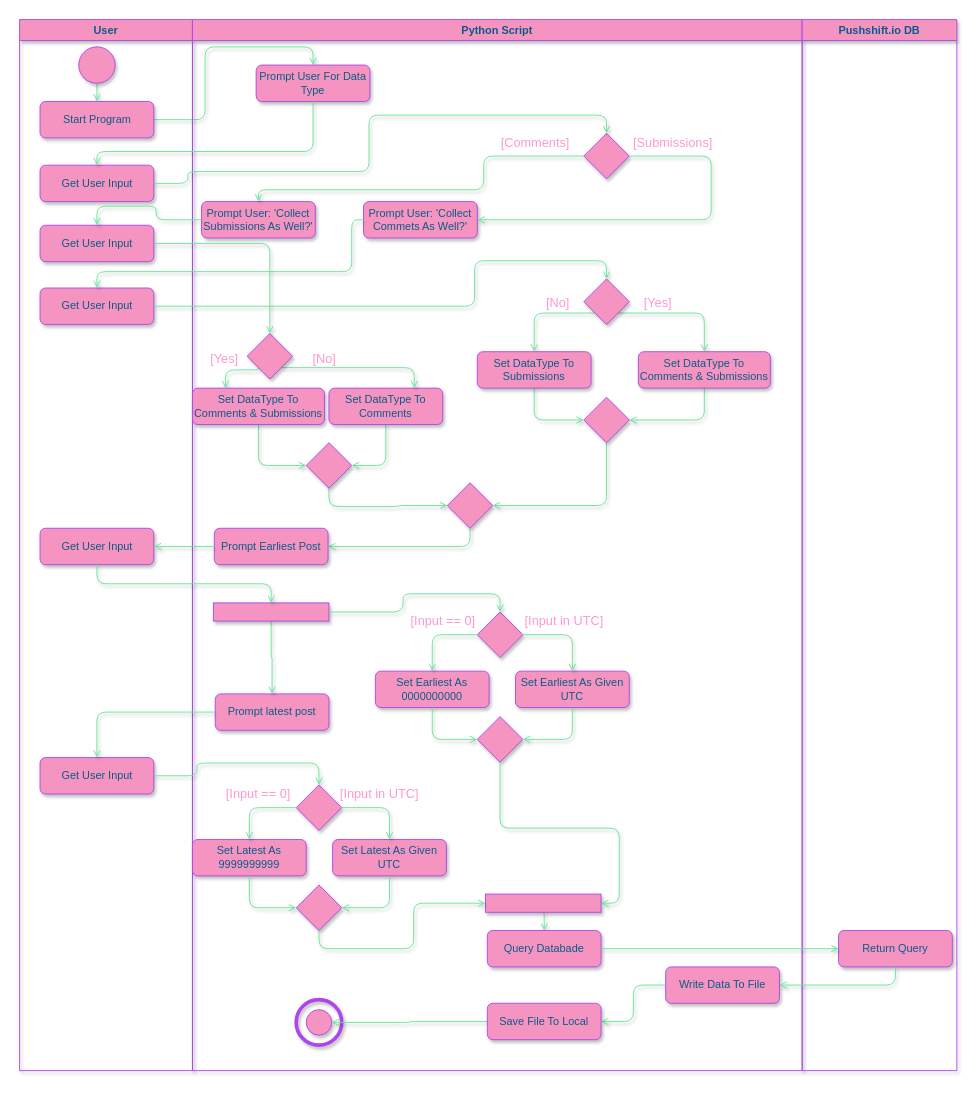
This is page "PushShift Swim" (7 of 9) of CSC382-Software_Engineering/HW/HW3/3.drawio from casonk/university-coursework, a draw.io file, before an edit. Source tidied: cells renumbered, new cells numbered last; positions are measured from the earlier drawing's top-left corner, leaving out a move shared by most shapes. Both pictures are drawn from the tidied source at 91%, with x=0, y=0 at pixel (19, 19).
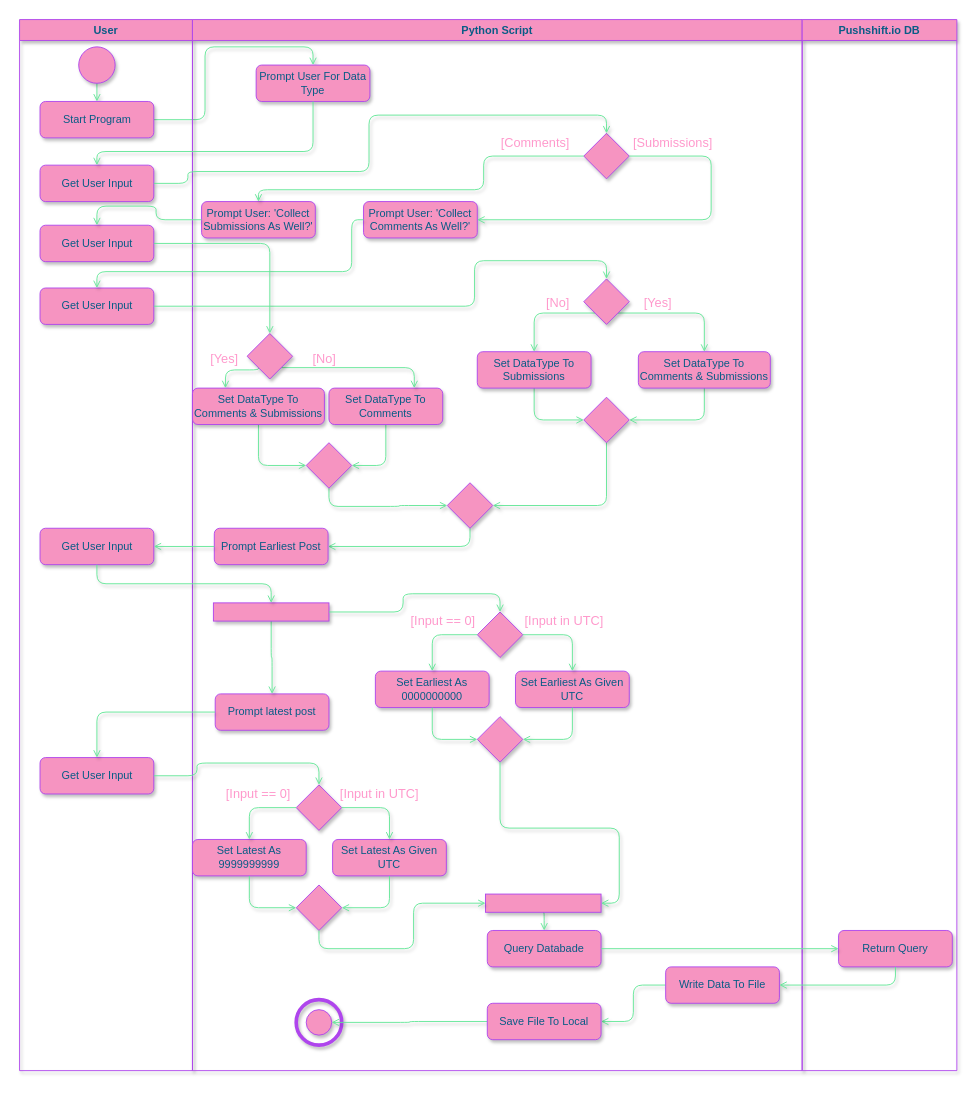
The same page after the edit.

Unchanged cells that the change refers to:
```xml
<mxCell id="12" value="Python Script" style="swimlane;fillColor=#F694C1;strokeColor=#AF45ED;fontColor=#095C86;shadow=1;" parent="1" vertex="1">
  <mxGeometry x="190" width="670" height="1155" as="geometry" />
</mxCell>
```

Change to the diagram source:
```diff
@@
-    <mxCell id="14" value="&lt;span&gt;Prompt User: 'Collect Commets As Well?'&lt;/span&gt;" style="rounded=1;whiteSpace=wrap;html=1;sketch=0;fontColor=#095C86;strokeColor=#AF45ED;fillColor=#F694C1;shadow=1;" parent="12" vertex="1">
+    <mxCell id="14" value="&lt;span&gt;Prompt User: 'Collect Comments As Well?'&lt;/span&gt;" style="rounded=1;whiteSpace=wrap;html=1;sketch=0;fontColor=#095C86;strokeColor=#AF45ED;fillColor=#F694C1;shadow=1;" parent="12" vertex="1">
       <mxGeometry x="188" y="200" width="125" height="40" as="geometry" />
     </mxCell>
```
